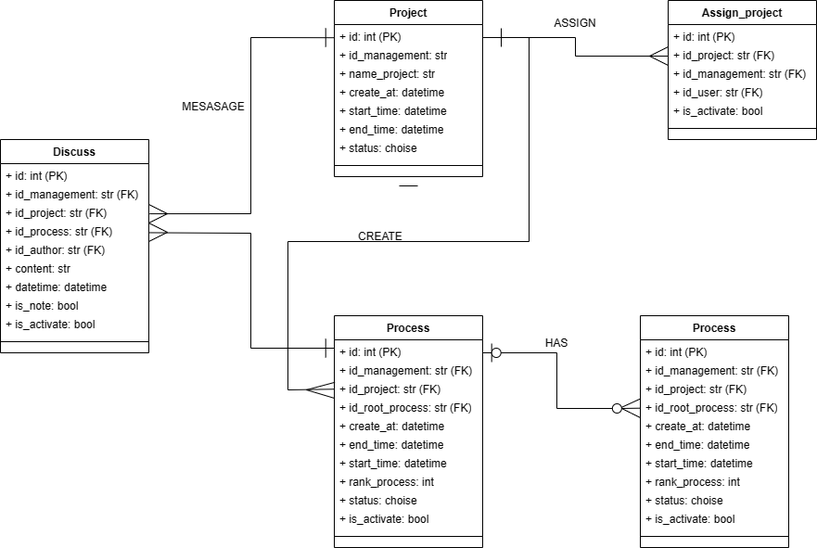
This is demo/MCI_INTERN.png from nguyenvanvutlv/MCI_intern, a draw.io export, as it was before one commit. Source tidied: cells renumbered, new cells last; positions are measured from the earlier drawing's top-left corner, leaving out a move shared by most shapes.
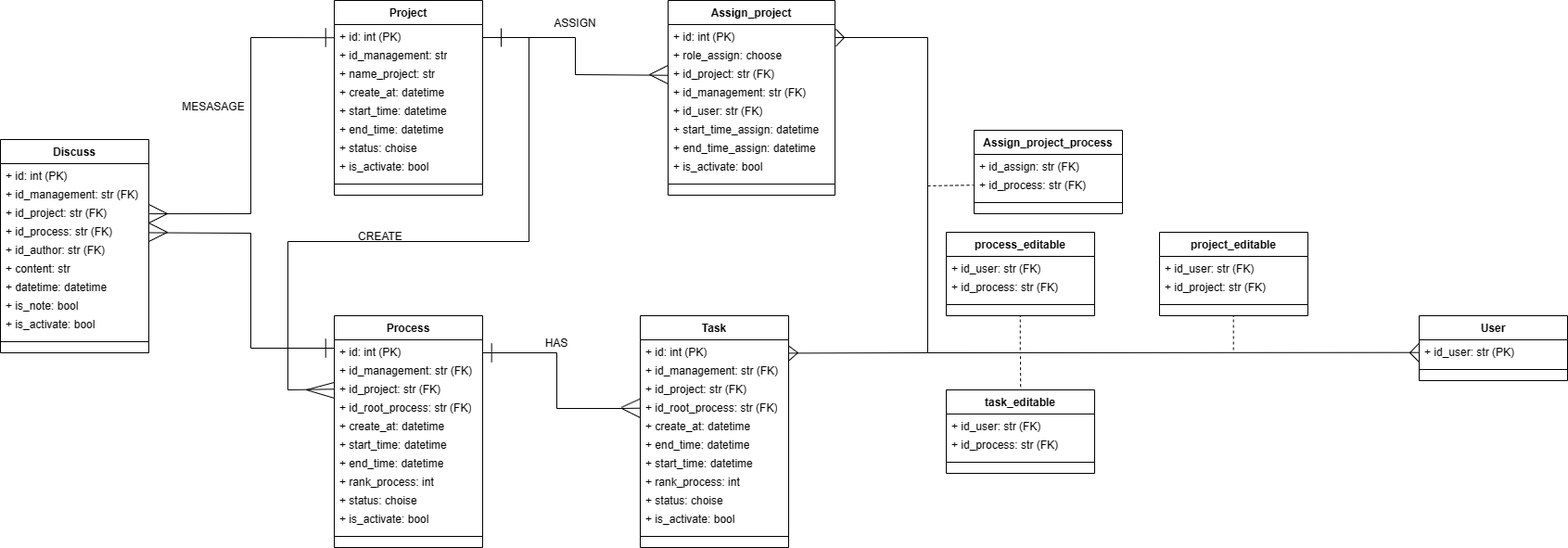
After the change.

Diff of the diagram source:
```diff
@@ -3,7 +3,7 @@
     <mxCell id="0" />
     <mxCell id="1" parent="0" />
     <mxCell id="2" value="Project" style="swimlane;fontStyle=1;align=center;verticalAlign=top;horizontal=1;startSize=26;whiteSpace=wrap;html=1;" parent="1" vertex="1">
-      <mxGeometry x="360" width="160" height="190" as="geometry" />
+      <mxGeometry x="360" width="160" height="210" as="geometry" />
     </mxCell>
     <mxCell id="3" value="+ id: int (PK)" style="text;strokeColor=none;fillColor=none;align=left;verticalAlign=top;spacingLeft=4;spacingRight=4;overflow=hidden;points=[[0,0.5],[1,0.5]];portConstraint=eastwest;whiteSpace=wrap;html=1;" parent="2" vertex="1">
       <mxGeometry y="26" width="160" height="20" as="geometry" />
@@ -26,30 +26,49 @@
     <mxCell id="9" value="+ status: choise" style="text;strokeColor=none;fillColor=none;align=left;verticalAlign=top;spacingLeft=4;spacingRight=4;overflow=hidden;whiteSpace=wrap;html=1;" parent="2" vertex="1">
       <mxGeometry y="146" width="160" height="20" as="geometry" />
     </mxCell>
+    <mxCell id="76" value="+ is_activate: bool" style="text;strokeColor=none;fillColor=none;align=left;verticalAlign=top;spacingLeft=4;spacingRight=4;overflow=hidden;whiteSpace=wrap;html=1;" parent="2" vertex="1">
+      <mxGeometry y="166" width="160" height="20" as="geometry" />
+    </mxCell>
     <mxCell id="10" style="line;strokeWidth=1;fillColor=none;align=left;verticalAlign=middle;spacingTop=-1;spacingLeft=3;spacingRight=3;labelPosition=right;strokeColor=inherit;" parent="2" vertex="1">
-      <mxGeometry y="166" width="160" height="24" as="geometry" />
+      <mxGeometry y="186" width="160" height="24" as="geometry" />
     </mxCell>
     <mxCell id="11" value="Assign_project" style="swimlane;fontStyle=1;align=center;verticalAlign=top;horizontal=1;startSize=26;whiteSpace=wrap;html=1;" parent="1" vertex="1">
-      <mxGeometry x="720" width="160" height="150" as="geometry" />
+      <mxGeometry x="720" width="180" height="210" as="geometry" />
     </mxCell>
     <mxCell id="12" value="+ id: int (PK)" style="text;strokeColor=none;fillColor=none;align=left;verticalAlign=top;spacingLeft=4;spacingRight=4;overflow=hidden;points=[[0,0.5],[1,0.5]];portConstraint=eastwest;whiteSpace=wrap;html=1;" parent="11" vertex="1">
-      <mxGeometry y="26" width="160" height="20" as="geometry" />
+      <mxGeometry y="26" width="180" height="20" as="geometry" />
     </mxCell>
+    <mxCell id="77" value="+&amp;nbsp;role_assign&lt;span style=&quot;background-color: initial;&quot;&gt;: choose&lt;/span&gt;" style="text;strokeColor=none;fillColor=none;align=left;verticalAlign=top;spacingLeft=4;spacingRight=4;overflow=hidden;points=[[0,0.5],[1,0.5]];portConstraint=eastwest;whiteSpace=wrap;html=1;" parent="11" vertex="1">
+      <mxGeometry y="46" width="180" height="20" as="geometry" />
+    </mxCell>
     <mxCell id="13" value="+&amp;nbsp;id_project: str (FK)" style="text;strokeColor=none;fillColor=none;align=left;verticalAlign=top;spacingLeft=4;spacingRight=4;overflow=hidden;points=[[0,0.5],[1,0.5]];portConstraint=eastwest;whiteSpace=wrap;html=1;" parent="11" vertex="1">
-      <mxGeometry y="46" width="160" height="20" as="geometry" />
+      <mxGeometry y="66" width="180" height="20" as="geometry" />
     </mxCell>
     <mxCell id="14" value="+ id_management: str (FK)" style="text;strokeColor=none;fillColor=none;align=left;verticalAlign=top;spacingLeft=4;spacingRight=4;overflow=hidden;whiteSpace=wrap;html=1;" parent="11" vertex="1">
-      <mxGeometry y="66" width="160" height="20" as="geometry" />
+      <mxGeometry y="86" width="180" height="20" as="geometry" />
     </mxCell>
     <mxCell id="15" value="+ id_user: str (FK)" style="text;strokeColor=none;fillColor=none;align=left;verticalAlign=top;spacingLeft=4;spacingRight=4;overflow=hidden;whiteSpace=wrap;html=1;" parent="11" vertex="1">
-      <mxGeometry y="86" width="160" height="20" as="geometry" />
+      <mxGeometry y="106" width="180" height="20" as="geometry" />
     </mxCell>
+    <mxCell id="78" value="+ start_time_assign: datetime" style="text;strokeColor=none;fillColor=none;align=left;verticalAlign=top;spacingLeft=4;spacingRight=4;overflow=hidden;whiteSpace=wrap;html=1;" parent="11" vertex="1">
+      <mxGeometry y="126" width="180" height="20" as="geometry" />
+    </mxCell>
+    <mxCell id="79" value="+ end_time_assign: datetime" style="text;strokeColor=none;fillColor=none;align=left;verticalAlign=top;spacingLeft=4;spacingRight=4;overflow=hidden;whiteSpace=wrap;html=1;" parent="11" vertex="1">
+      <mxGeometry y="146" width="180" height="20" as="geometry" />
+    </mxCell>
     <mxCell id="16" value="+ is_activate: bool" style="text;strokeColor=none;fillColor=none;align=left;verticalAlign=top;spacingLeft=4;spacingRight=4;overflow=hidden;whiteSpace=wrap;html=1;" parent="11" vertex="1">
-      <mxGeometry y="106" width="160" height="20" as="geometry" />
+      <mxGeometry y="166" width="180" height="20" as="geometry" />
     </mxCell>
     <mxCell id="17" style="line;strokeWidth=1;fillColor=none;align=left;verticalAlign=middle;spacingTop=-1;spacingLeft=3;spacingRight=3;labelPosition=right;strokeColor=inherit;" parent="11" vertex="1">
-      <mxGeometry y="126" width="160" height="24" as="geometry" />
+      <mxGeometry y="186" width="180" height="24" as="geometry" />
     </mxCell>
+    <mxCell id="80" style="endArrow=none;html=1;rounded=0;entryX=1.005;entryY=0.244;entryDx=0;entryDy=0;entryPerimeter=0;exitX=1.006;exitY=0.167;exitDx=0;exitDy=0;exitPerimeter=0;" parent="11" edge="1" source="77" target="12">
+      <mxGeometry relative="1" as="geometry">
+        <Array as="points">
+          <mxPoint x="190" y="40" />
+        </Array>
+      </mxGeometry>
+    </mxCell>
     <mxCell id="18" value="Process" style="swimlane;fontStyle=1;align=center;verticalAlign=top;horizontal=1;startSize=26;whiteSpace=wrap;html=1;" parent="1" vertex="1">
       <mxGeometry x="360" y="340" width="160" height="250" as="geometry" />
     </mxCell>
@@ -68,12 +87,12 @@
     <mxCell id="23" value="+&amp;nbsp;create_at: datetime" style="text;strokeColor=none;fillColor=none;align=left;verticalAlign=top;spacingLeft=4;spacingRight=4;overflow=hidden;whiteSpace=wrap;html=1;" parent="18" vertex="1">
       <mxGeometry y="106" width="160" height="20" as="geometry" />
     </mxCell>
+    <mxCell id="25" value="+&amp;nbsp;start_time: datetime" style="text;strokeColor=none;fillColor=none;align=left;verticalAlign=top;spacingLeft=4;spacingRight=4;overflow=hidden;whiteSpace=wrap;html=1;" parent="18" vertex="1">
+      <mxGeometry y="126" width="160" height="20" as="geometry" />
+    </mxCell>
     <mxCell id="24" value="+ end_time: datetime" style="text;strokeColor=none;fillColor=none;align=left;verticalAlign=top;spacingLeft=4;spacingRight=4;overflow=hidden;whiteSpace=wrap;html=1;" parent="18" vertex="1">
-      <mxGeometry y="126" width="160" height="20" as="geometry" />
+      <mxGeometry y="146" width="160" height="20" as="geometry" />
     </mxCell>
-    <mxCell id="25" value="+&amp;nbsp;start_time: datetime" style="text;strokeColor=none;fillColor=none;align=left;verticalAlign=top;spacingLeft=4;spacingRight=4;overflow=hidden;whiteSpace=wrap;html=1;" parent="18" vertex="1">
-      <mxGeometry y="146" width="160" height="20" as="geometry" />
-    </mxCell>
     <mxCell id="26" value="+ rank_process: int" style="text;strokeColor=none;fillColor=none;align=left;verticalAlign=top;spacingLeft=4;spacingRight=4;overflow=hidden;whiteSpace=wrap;html=1;" parent="18" vertex="1">
       <mxGeometry y="166" width="160" height="20" as="geometry" />
     </mxCell>
@@ -86,12 +105,12 @@
     <mxCell id="29" style="line;strokeWidth=1;fillColor=none;align=left;verticalAlign=middle;spacingTop=-1;spacingLeft=3;spacingRight=3;labelPosition=right;strokeColor=inherit;" parent="18" vertex="1">
       <mxGeometry y="226" width="160" height="24" as="geometry" />
     </mxCell>
-    <mxCell id="30" style="endArrow=none;html=1;rounded=0;entryX=-0.002;entryY=0.7;entryDx=0;entryDy=0;entryPerimeter=0;" parent="1" edge="1" target="13">
+    <mxCell id="30" style="endArrow=none;html=1;rounded=0;entryX=-0.002;entryY=0.736;entryDx=0;entryDy=0;entryPerimeter=0;" parent="1" edge="1" target="13">
       <mxGeometry relative="1" as="geometry">
         <mxPoint x="520" y="40" as="sourcePoint" />
         <Array as="points">
           <mxPoint x="620" y="40" />
-          <mxPoint x="620" y="60" />
+          <mxPoint x="620" y="80" />
         </Array>
       </mxGeometry>
     </mxCell>
@@ -103,10 +122,10 @@
     </mxCell>
     <mxCell id="32" style="endArrow=none;html=1;rounded=0;" parent="1" edge="1">
       <mxGeometry relative="1" as="geometry">
-        <mxPoint x="720" y="70" as="sourcePoint" />
-        <mxPoint x="720" y="50" as="targetPoint" />
+        <mxPoint x="720" y="90" as="sourcePoint" />
+        <mxPoint x="720" y="70" as="targetPoint" />
         <Array as="points">
-          <mxPoint x="700" y="60" />
+          <mxPoint x="700" y="80" />
         </Array>
       </mxGeometry>
     </mxCell>
@@ -120,13 +139,7 @@
         </Array>
       </mxGeometry>
     </mxCell>
-    <mxCell id="34" style="endArrow=none;html=1;rounded=0;" parent="1" edge="1">
-      <mxGeometry relative="1" as="geometry">
-        <mxPoint x="430" y="200" as="sourcePoint" />
-        <mxPoint x="450" y="200" as="targetPoint" />
-      </mxGeometry>
-    </mxCell>
-    <mxCell id="35" value="Process" style="swimlane;fontStyle=1;align=center;verticalAlign=top;horizontal=1;startSize=26;whiteSpace=wrap;html=1;" parent="1" vertex="1">
+    <mxCell id="35" value="Task" style="swimlane;fontStyle=1;align=center;verticalAlign=top;horizontal=1;startSize=26;whiteSpace=wrap;html=1;" parent="1" vertex="1">
       <mxGeometry x="690" y="340" width="160" height="250" as="geometry" />
     </mxCell>
     <mxCell id="36" value="+ id: int (PK)" style="text;strokeColor=none;fillColor=none;align=left;verticalAlign=top;spacingLeft=4;spacingRight=4;overflow=hidden;points=[[0,0.5],[1,0.5]];portConstraint=eastwest;whiteSpace=wrap;html=1;" parent="35" vertex="1">
@@ -162,8 +175,17 @@
     <mxCell id="46" style="line;strokeWidth=1;fillColor=none;align=left;verticalAlign=middle;spacingTop=-1;spacingLeft=3;spacingRight=3;labelPosition=right;strokeColor=inherit;" parent="35" vertex="1">
       <mxGeometry y="226" width="160" height="24" as="geometry" />
     </mxCell>
+    <mxCell id="81" style="endArrow=none;html=1;rounded=0;entryX=1;entryY=0.326;entryDx=0;entryDy=0;entryPerimeter=0;exitX=1.002;exitY=0.12;exitDx=0;exitDy=0;exitPerimeter=0;" parent="35" edge="1" source="37" target="36">
+      <mxGeometry relative="1" as="geometry">
+        <Array as="points">
+          <mxPoint x="170" y="40" />
+        </Array>
+      </mxGeometry>
+    </mxCell>
-    <mxCell id="47" style="endArrow=none;html=1;rounded=0;entryX=-0.001;entryY=0.184;entryDx=0;entryDy=0;exitX=0.978;exitY=0.392;exitDx=0;exitDy=0;exitPerimeter=0;entryPerimeter=0;" parent="1" edge="1" source="53" target="39">
-      <mxGeometry relative="1" as="geometry" />
+    <mxCell id="47" style="endArrow=none;html=1;rounded=0;entryX=-0.001;entryY=0.184;entryDx=0;entryDy=0;exitX=0.978;exitY=0.392;exitDx=0;exitDy=0;exitPerimeter=0;entryPerimeter=0;" parent="1" edge="1" target="39">
+      <mxGeometry relative="1" as="geometry">
+        <mxPoint x="669.6" y="438.9" as="sourcePoint" />
+      </mxGeometry>
     </mxCell>
     <mxCell id="48" style="endArrow=none;html=1;rounded=0;" parent="1" edge="1">
       <mxGeometry relative="1" as="geometry">
@@ -186,22 +208,16 @@
         <mxPoint x="529.7" y="380" as="targetPoint" />
       </mxGeometry>
     </mxCell>
-    <mxCell id="51" style="ellipse;whiteSpace=wrap;html=1;" parent="1" vertex="1">
-      <mxGeometry x="529.7" y="375" width="10" height="10" as="geometry" />
-    </mxCell>
     <mxCell id="52" style="endArrow=none;html=1;rounded=0;" parent="1" edge="1">
       <mxGeometry relative="1" as="geometry">
-        <mxPoint x="539.7" y="380" as="sourcePoint" />
-        <mxPoint x="660" y="440" as="targetPoint" />
+        <mxPoint x="530" y="380" as="sourcePoint" />
+        <mxPoint x="670" y="440" as="targetPoint" />
         <Array as="points">
           <mxPoint x="600" y="380" />
           <mxPoint x="600" y="440" />
         </Array>
       </mxGeometry>
     </mxCell>
-    <mxCell id="53" style="ellipse;whiteSpace=wrap;html=1;" parent="1" vertex="1">
-      <mxGeometry x="659.8" y="435" width="10" height="10" as="geometry" />
-    </mxCell>
     <mxCell id="54" value="HAS" style="text;html=1;strokeColor=none;fillColor=none;align=center;verticalAlign=middle;whiteSpace=wrap;rounded=0;" parent="1" vertex="1">
       <mxGeometry x="570" y="355" width="60" height="30" as="geometry" />
     </mxCell>
@@ -301,5 +317,106 @@
         </Array>
       </mxGeometry>
     </mxCell>
+    <mxCell id="82" style="endArrow=none;html=1;rounded=0;entryX=1.001;entryY=0.721;entryDx=0;entryDy=0;entryPerimeter=0;" parent="1" edge="1" target="36">
+      <mxGeometry relative="1" as="geometry">
+        <mxPoint x="900" y="40" as="sourcePoint" />
+        <Array as="points">
+          <mxPoint x="1000" y="40" />
+          <mxPoint x="1000" y="380" />
+        </Array>
+      </mxGeometry>
+    </mxCell>
+    <mxCell id="83" value="Assign_project_process" style="swimlane;fontStyle=1;align=center;verticalAlign=top;horizontal=1;startSize=26;whiteSpace=wrap;html=1;" parent="1" vertex="1">
+      <mxGeometry x="1050" y="140" width="160" height="90" as="geometry" />
+    </mxCell>
+    <mxCell id="84" value="+ id_assign: str (FK)" style="text;strokeColor=none;fillColor=none;align=left;verticalAlign=top;spacingLeft=4;spacingRight=4;overflow=hidden;whiteSpace=wrap;html=1;" parent="83" vertex="1">
+      <mxGeometry y="26" width="160" height="20" as="geometry" />
+    </mxCell>
+    <mxCell id="85" value="+ id_process: str (FK)" style="text;strokeColor=none;fillColor=none;align=left;verticalAlign=top;spacingLeft=4;spacingRight=4;overflow=hidden;points=[[0,0.5],[1,0.5]];portConstraint=eastwest;whiteSpace=wrap;html=1;" parent="83" vertex="1">
+      <mxGeometry y="46" width="160" height="20" as="geometry" />
+    </mxCell>
+    <mxCell id="86" style="line;strokeWidth=1;fillColor=none;align=left;verticalAlign=middle;spacingTop=-1;spacingLeft=3;spacingRight=3;labelPosition=right;strokeColor=inherit;" parent="83" vertex="1">
+      <mxGeometry y="66" width="160" height="24" as="geometry" />
+    </mxCell>
+    <mxCell id="87" style="endArrow=none;dashed=1;html=1;rounded=0;entryX=-0.006;entryY=0.658;entryDx=0;entryDy=0;entryPerimeter=0;" parent="1" edge="1" target="85">
+      <mxGeometry relative="1" as="geometry">
+        <mxPoint x="1000" y="200" as="sourcePoint" />
+      </mxGeometry>
+    </mxCell>
+    <mxCell id="88" value="task_editable" style="swimlane;fontStyle=1;align=center;verticalAlign=top;horizontal=1;startSize=26;whiteSpace=wrap;html=1;" parent="1" vertex="1">
+      <mxGeometry x="1020" y="420" width="160" height="90" as="geometry" />
+    </mxCell>
+    <mxCell id="89" value="+ id_user: str (FK)" style="text;strokeColor=none;fillColor=none;align=left;verticalAlign=top;spacingLeft=4;spacingRight=4;overflow=hidden;whiteSpace=wrap;html=1;" parent="88" vertex="1">
+      <mxGeometry y="26" width="160" height="20" as="geometry" />
+    </mxCell>
+    <mxCell id="90" value="+ id_process: str (FK)" style="text;strokeColor=none;fillColor=none;align=left;verticalAlign=top;spacingLeft=4;spacingRight=4;overflow=hidden;whiteSpace=wrap;html=1;" parent="88" vertex="1">
+      <mxGeometry y="46" width="160" height="20" as="geometry" />
+    </mxCell>
+    <mxCell id="91" style="line;strokeWidth=1;fillColor=none;align=left;verticalAlign=middle;spacingTop=-1;spacingLeft=3;spacingRight=3;labelPosition=right;strokeColor=inherit;" parent="88" vertex="1">
+      <mxGeometry y="66" width="160" height="24" as="geometry" />
+    </mxCell>
+    <mxCell id="92" style="endArrow=none;html=1;rounded=0;entryX=-0.002;entryY=0.685;entryDx=0;entryDy=0;entryPerimeter=0;" parent="1" edge="1" target="95">
+      <mxGeometry relative="1" as="geometry">
+        <mxPoint x="1000" y="380" as="sourcePoint" />
+      </mxGeometry>
+    </mxCell>
+    <mxCell id="93" style="endArrow=none;dashed=1;html=1;rounded=0;exitX=0.501;exitY=-0.037;exitDx=0;exitDy=0;exitPerimeter=0;" parent="1" edge="1" source="88">
+      <mxGeometry relative="1" as="geometry">
+        <mxPoint x="1100" y="380" as="targetPoint" />
+      </mxGeometry>
+    </mxCell>
+    <mxCell id="94" value="User" style="swimlane;fontStyle=1;align=center;verticalAlign=top;horizontal=1;startSize=26;whiteSpace=wrap;html=1;" parent="1" vertex="1">
+      <mxGeometry x="1530" y="340" width="160" height="70" as="geometry" />
+    </mxCell>
+    <mxCell id="95" value="+ id_user: str (PK)" style="text;strokeColor=none;fillColor=none;align=left;verticalAlign=top;spacingLeft=4;spacingRight=4;overflow=hidden;points=[[0,0.5],[1,0.5]];portConstraint=eastwest;whiteSpace=wrap;html=1;" parent="94" vertex="1">
+      <mxGeometry y="26" width="160" height="20" as="geometry" />
+    </mxCell>
+    <mxCell id="96" style="line;strokeWidth=1;fillColor=none;align=left;verticalAlign=middle;spacingTop=-1;spacingLeft=3;spacingRight=3;labelPosition=right;strokeColor=inherit;" parent="94" vertex="1">
+      <mxGeometry y="46" width="160" height="24" as="geometry" />
+    </mxCell>
+    <mxCell id="97" style="endArrow=none;html=1;rounded=0;entryX=0;entryY=0.179;entryDx=0;entryDy=0;entryPerimeter=0;" parent="94" edge="1" target="95">
+      <mxGeometry relative="1" as="geometry">
+        <mxPoint y="50" as="sourcePoint" />
+        <Array as="points">
+          <mxPoint x="-10" y="40" />
+        </Array>
+      </mxGeometry>
+    </mxCell>
+    <mxCell id="98" value="process_editable" style="swimlane;fontStyle=1;align=center;verticalAlign=top;horizontal=1;startSize=26;whiteSpace=wrap;html=1;" parent="1" vertex="1">
+      <mxGeometry x="1020" y="250" width="160" height="90" as="geometry" />
+    </mxCell>
+    <mxCell id="99" value="+ id_user: str (FK)" style="text;strokeColor=none;fillColor=none;align=left;verticalAlign=top;spacingLeft=4;spacingRight=4;overflow=hidden;whiteSpace=wrap;html=1;" parent="98" vertex="1">
+      <mxGeometry y="26" width="160" height="20" as="geometry" />
+    </mxCell>
+    <mxCell id="100" value="+ id_process: str (FK)" style="text;strokeColor=none;fillColor=none;align=left;verticalAlign=top;spacingLeft=4;spacingRight=4;overflow=hidden;whiteSpace=wrap;html=1;" parent="98" vertex="1">
+      <mxGeometry y="46" width="160" height="20" as="geometry" />
+    </mxCell>
+    <mxCell id="101" style="line;strokeWidth=1;fillColor=none;align=left;verticalAlign=middle;spacingTop=-1;spacingLeft=3;spacingRight=3;labelPosition=right;strokeColor=inherit;" parent="98" vertex="1">
+      <mxGeometry y="66" width="160" height="24" as="geometry" />
+    </mxCell>
+    <mxCell id="102" style="endArrow=none;dashed=1;html=1;rounded=0;exitX=0.501;exitY=-0.037;exitDx=0;exitDy=0;exitPerimeter=0;" parent="1" edge="1">
+      <mxGeometry relative="1" as="geometry">
+        <mxPoint x="1099.8" y="377" as="sourcePoint" />
+        <mxPoint x="1099.8" y="340" as="targetPoint" />
+      </mxGeometry>
+    </mxCell>
+    <mxCell id="103" value="project_editable" style="swimlane;fontStyle=1;align=center;verticalAlign=top;horizontal=1;startSize=26;whiteSpace=wrap;html=1;" parent="1" vertex="1">
+      <mxGeometry x="1250" y="250" width="160" height="90" as="geometry" />
+    </mxCell>
+    <mxCell id="104" value="+ id_user: str (FK)" style="text;strokeColor=none;fillColor=none;align=left;verticalAlign=top;spacingLeft=4;spacingRight=4;overflow=hidden;whiteSpace=wrap;html=1;" parent="103" vertex="1">
+      <mxGeometry y="26" width="160" height="20" as="geometry" />
+    </mxCell>
+    <mxCell id="105" value="+ id_project: str (FK)" style="text;strokeColor=none;fillColor=none;align=left;verticalAlign=top;spacingLeft=4;spacingRight=4;overflow=hidden;whiteSpace=wrap;html=1;" parent="103" vertex="1">
+      <mxGeometry y="46" width="160" height="20" as="geometry" />
+    </mxCell>
+    <mxCell id="106" style="line;strokeWidth=1;fillColor=none;align=left;verticalAlign=middle;spacingTop=-1;spacingLeft=3;spacingRight=3;labelPosition=right;strokeColor=inherit;" parent="103" vertex="1">
+      <mxGeometry y="66" width="160" height="24" as="geometry" />
+    </mxCell>
+    <mxCell id="107" style="endArrow=none;dashed=1;html=1;rounded=0;exitX=0.501;exitY=-0.037;exitDx=0;exitDy=0;exitPerimeter=0;" parent="1" edge="1">
+      <mxGeometry relative="1" as="geometry">
+        <mxPoint x="1329.7" y="377" as="sourcePoint" />
+        <mxPoint x="1329.7" y="340" as="targetPoint" />
+      </mxGeometry>
+    </mxCell>
   </root>
 </mxGraphModel>
```
